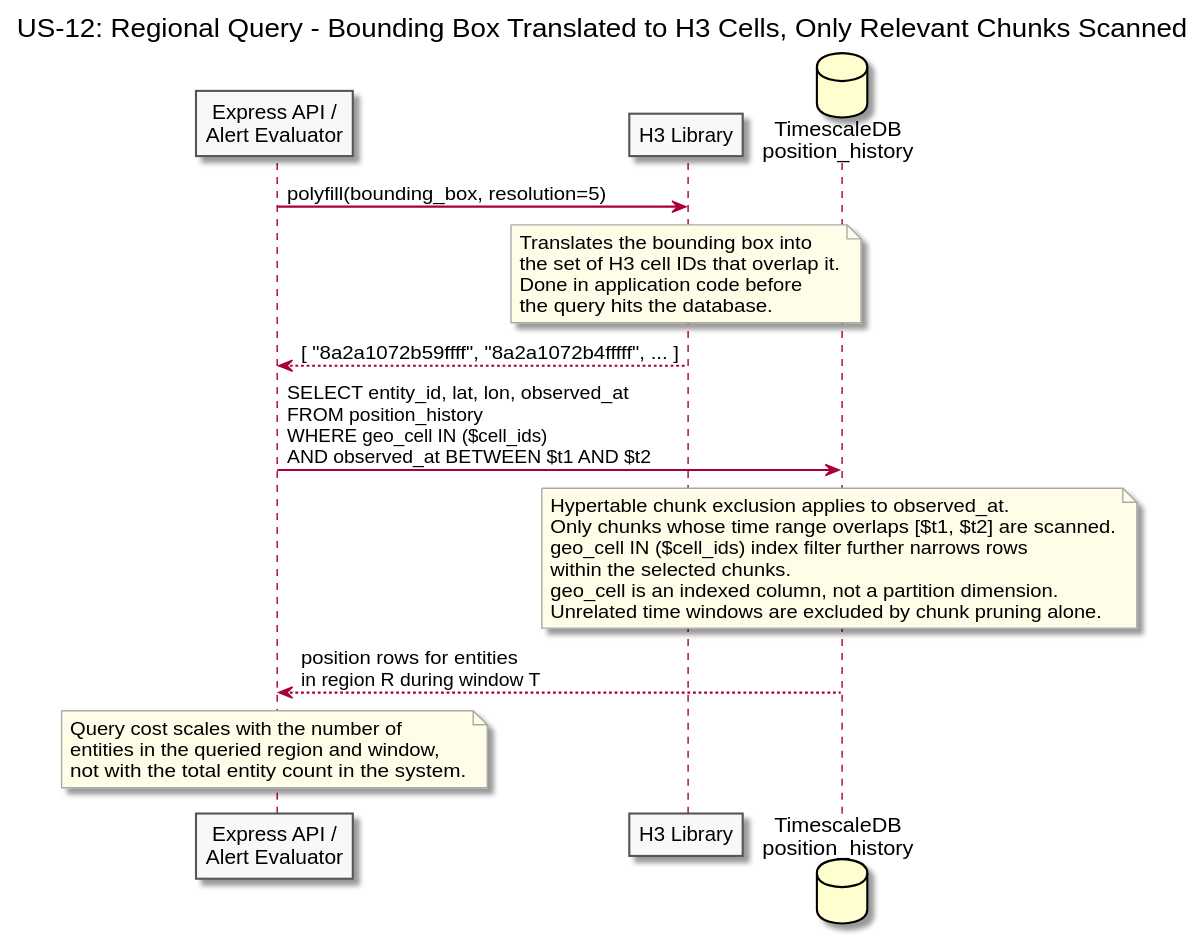
This is diagrams/docs/use-cases/US-12-geo-spatial-efficiency/regional-query.svg from Buffden/sentinel, a PlantUML export, as it was before one commit.
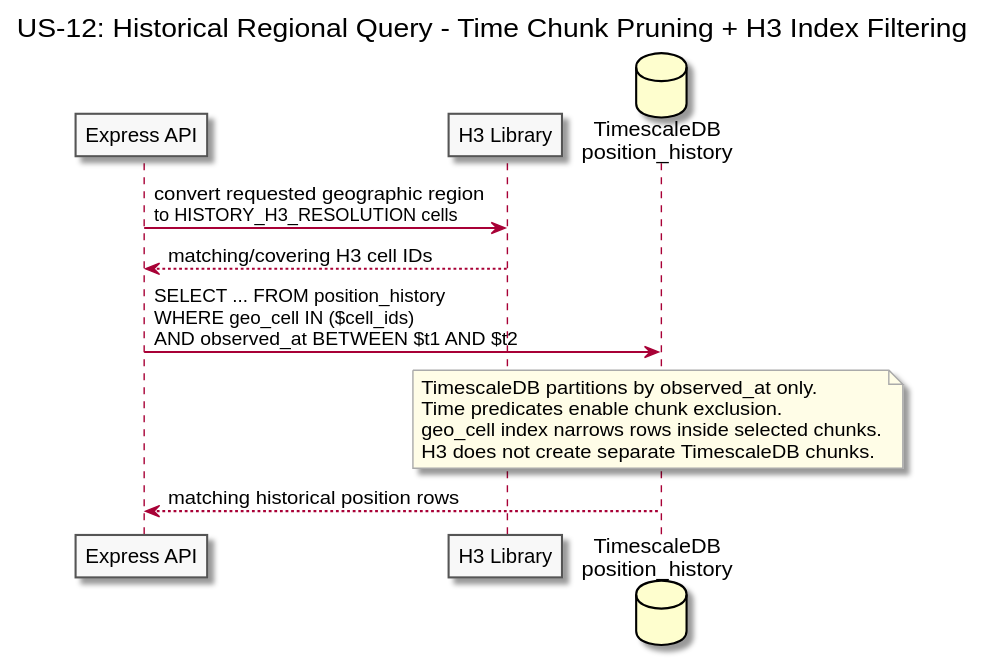
Later version of the same file.

The edit, as a diff of the source:
```diff
@@ -1,5 +1,5 @@
 @startuml regional-query
-title US-12: Regional Query - Bounding Box Translated to H3 Cells, Only Relevant Chunks Scanned
+title US-12: Historical Regional Query - Time Chunk Pruning + H3 Index Filtering
 
 skinparam sequenceArrowThickness 1.5
 skinparam participantBorderColor #555555
@@ -7,38 +7,22 @@
 skinparam noteBorderColor #AAAAAA
 skinparam noteBackgroundColor #FFFDE7
 
-participant "Express API /\nAlert Evaluator" as Caller
+participant "Express API" as API
 participant "H3 Library" as H3
 database "TimescaleDB\nposition_history" as TSDB
 
-Caller -> H3 : polyfill(bounding_box, resolution=5)
+API -> H3 : convert requested geographic region\nto HISTORY_H3_RESOLUTION cells
+H3 --> API : matching/covering H3 cell IDs
 
-note over H3
-  Translates the bounding box into
-  the set of H3 cell IDs that overlap it.
-  Done in application code before
-  the query hits the database.
+API -> TSDB : SELECT ... FROM position_history\nWHERE geo_cell IN ($cell_ids)\nAND observed_at BETWEEN $t1 AND $t2
+
+note over TSDB
+  TimescaleDB partitions by observed_at only.
+  Time predicates enable chunk exclusion.
+  geo_cell index narrows rows inside selected chunks.
+  H3 does not create separate TimescaleDB chunks.
 end note
 
-H3 --> Caller : [ "8a2a1072b59ffff", "8a2a1072b4fffff", ... ]
-
-Caller -> TSDB : SELECT entity_id, lat, lon, observed_at\nFROM position_history\nWHERE geo_cell IN ($cell_ids)\nAND observed_at BETWEEN $t1 AND $t2
-
-note over TSDB
-  Hypertable chunk exclusion applies to observed_at.
-  Only chunks whose time range overlaps [$t1, $t2] are scanned.
-  geo_cell IN ($cell_ids) index filter further narrows rows
-  within the selected chunks.
-  geo_cell is an indexed column, not a partition dimension.
-  Unrelated time windows are excluded by chunk pruning alone.
-end note
-
-TSDB --> Caller : position rows for entities\nin region R during window T
-
-note over Caller
-  Query cost scales with the number of
-  entities in the queried region and window,
-  not with the total entity count in the system.
-end note
+TSDB --> API : matching historical position rows
 
 @enduml
```
